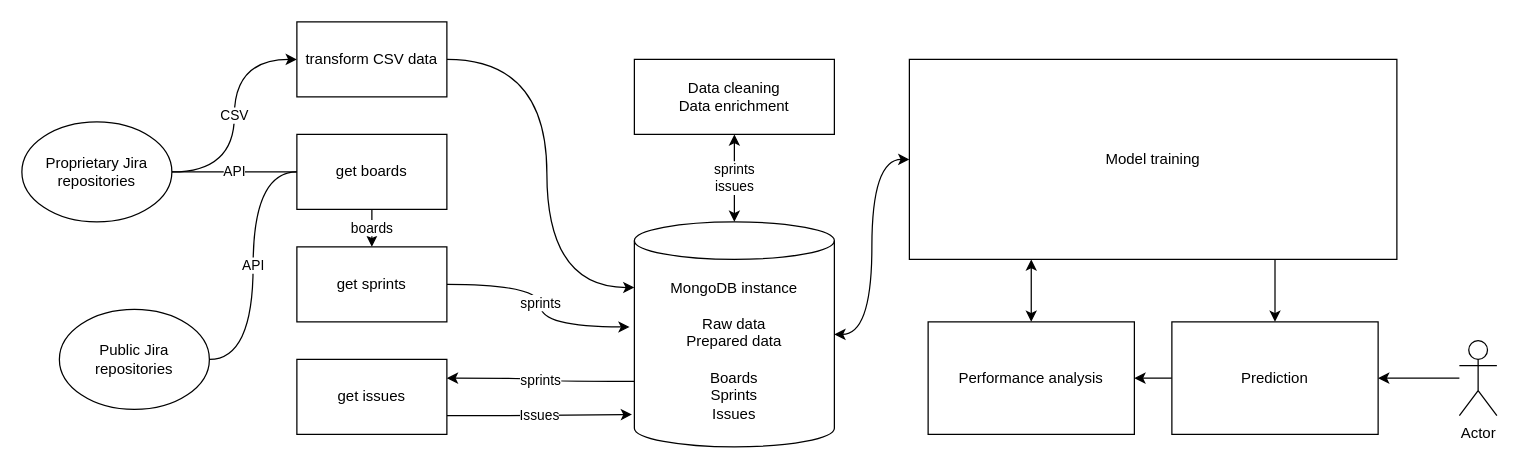
Earlier version of the draw.io diagram Untitled Diagram.drawio (SytseGroenwold/delay-risks-sprints). Source tidied: cells renumbered, new cells numbered last; positions are measured from the earlier drawing's top-left corner, leaving out a move shared by most shapes. Both pictures are drawn from the tidied source at 125%, with x=0, y=0 at pixel (21, 21).
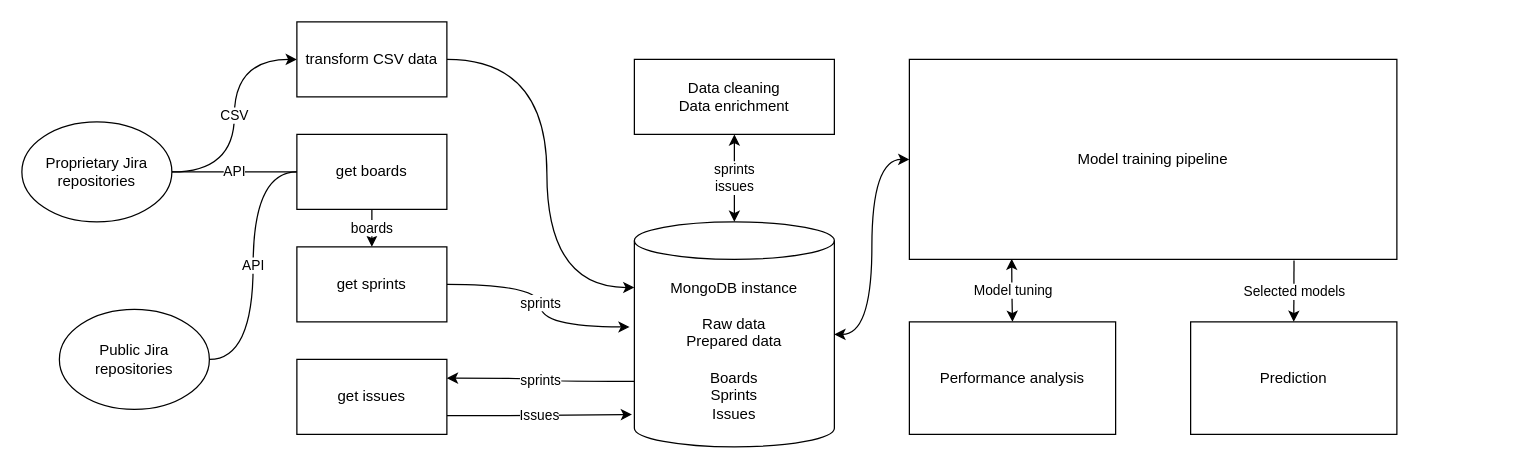
The same diagram, later.

The edit, as a diff of the source:
```diff
@@
-    <mxCell id="20" style="edgeStyle=orthogonalEdgeStyle;curved=1;rounded=0;jettySize=auto;html=1;startArrow=none;startFill=0;endArrow=classic;endFill=1;exitX=0.75;exitY=1;exitDx=0;exitDy=0;entryX=0.5;entryY=0;entryDx=0;entryDy=0;" parent="1" edge="1" source="22" target="24">
+    <mxCell id="20" value="Selected models" style="edgeStyle=orthogonalEdgeStyle;curved=1;rounded=0;jettySize=auto;html=1;startArrow=none;startFill=0;endArrow=classic;endFill=1;exitX=0.789;exitY=1.006;exitDx=0;exitDy=0;entryX=0.5;entryY=0;entryDx=0;entryDy=0;exitPerimeter=0;" parent="1" edge="1" source="22" target="24">
       <mxGeometry relative="1" as="geometry" />
     </mxCell>
-    <mxCell id="21" style="edgeStyle=orthogonalEdgeStyle;curved=1;rounded=0;jettySize=auto;html=1;startArrow=classic;startFill=1;endArrow=classic;endFill=1;entryX=0.5;entryY=0;entryDx=0;entryDy=0;exitX=0.25;exitY=1;exitDx=0;exitDy=0;" parent="1" edge="1" source="22" target="25">
+    <mxCell id="21" value="Model tuning" style="edgeStyle=orthogonalEdgeStyle;curved=1;rounded=0;jettySize=auto;html=1;startArrow=classic;startFill=1;endArrow=classic;endFill=1;entryX=0.5;entryY=0;entryDx=0;entryDy=0;exitX=0.21;exitY=0.997;exitDx=0;exitDy=0;exitPerimeter=0;" parent="1" edge="1" source="22" target="25">
       <mxGeometry relative="1" as="geometry" />
     </mxCell>
-    <mxCell id="22" value="&lt;div&gt;Model training&lt;/div&gt;" style="rounded=0;whiteSpace=wrap;html=1;" parent="1" vertex="1">
+    <mxCell id="22" value="&lt;div&gt;Model training pipeline&lt;br&gt;&lt;/div&gt;" style="rounded=0;whiteSpace=wrap;html=1;" parent="1" vertex="1">
       <mxGeometry x="710" y="30" width="390" height="160" as="geometry" />
     </mxCell>
-    <mxCell id="23" style="edgeStyle=orthogonalEdgeStyle;curved=1;rounded=0;jettySize=auto;html=1;startArrow=none;startFill=0;endArrow=classic;endFill=1;" parent="1" edge="1" source="24" target="25">
-      <mxGeometry relative="1" as="geometry" />
-    </mxCell>
-    <mxCell id="24" value="Prediction" style="rounded=0;whiteSpace=wrap;html=1;" parent="1" vertex="1">
-      <mxGeometry x="920" y="240" width="165" height="90" as="geometry" />
+    <mxCell id="24" value="&lt;div&gt;Prediction&lt;/div&gt;" style="rounded=0;whiteSpace=wrap;html=1;" parent="1" vertex="1">
+      <mxGeometry x="935" y="240" width="165" height="90" as="geometry" />
     </mxCell>
     <mxCell id="25" value="&lt;div&gt;Performance analysis&lt;/div&gt;" style="rounded=0;whiteSpace=wrap;html=1;" parent="1" vertex="1">
-      <mxGeometry x="725" y="240" width="165" height="90" as="geometry" />
+      <mxGeometry x="710" y="240" width="165" height="90" as="geometry" />
     </mxCell>
-    <mxCell id="26" style="edgeStyle=orthogonalEdgeStyle;curved=1;rounded=0;jettySize=auto;html=1;startArrow=none;startFill=0;endArrow=classic;endFill=1;" parent="1" edge="1" source="27" target="24">
-      <mxGeometry relative="1" as="geometry" />
-    </mxCell>
-    <mxCell id="27" value="Actor" style="shape=umlActor;verticalLabelPosition=bottom;verticalAlign=top;html=1;outlineConnect=0;" parent="1" vertex="1">
-      <mxGeometry x="1150" y="255" width="30" height="60" as="geometry" />
-    </mxCell>
```
